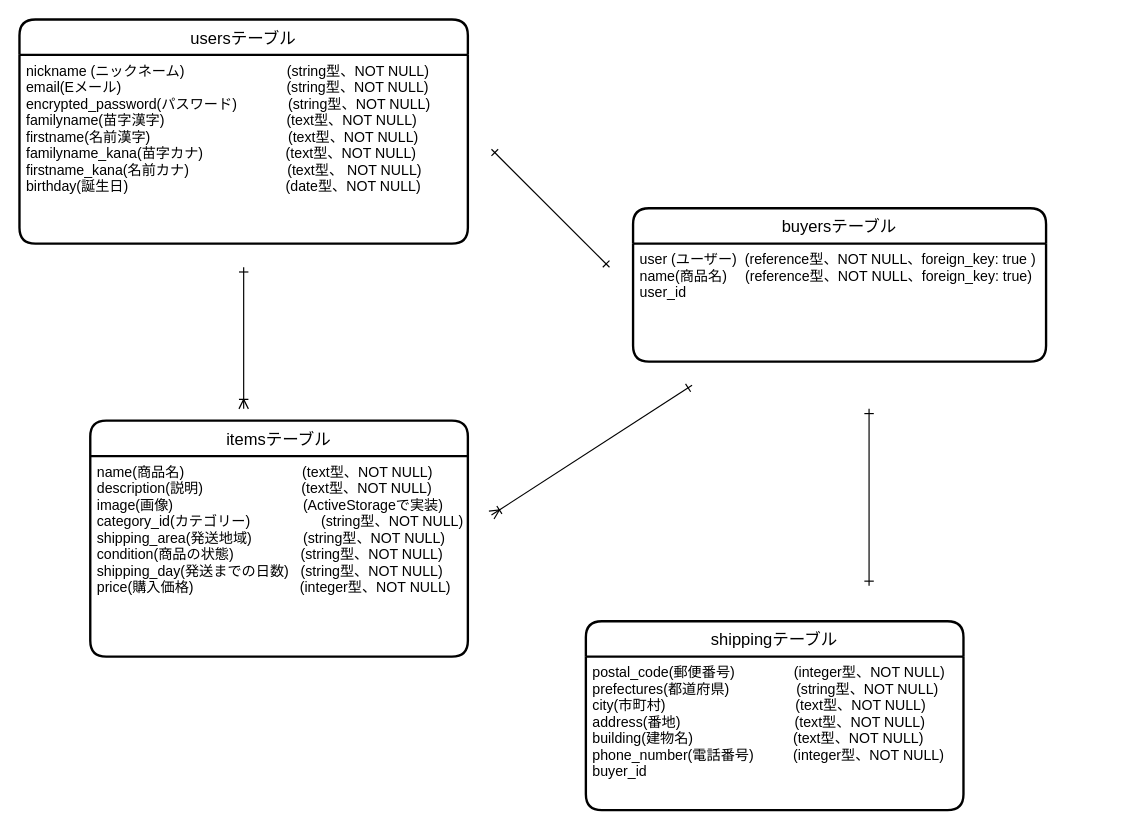
Earlier version of the draw.io diagram furima-34505.dio (shuuuyan/furima-34505). Source tidied: cells renumbered, new cells numbered last; positions are measured from the earlier drawing's top-left corner, leaving out a move shared by most shapes. Both pictures are drawn from the tidied source at 118%, with x=0, y=0 at pixel (19, 19).
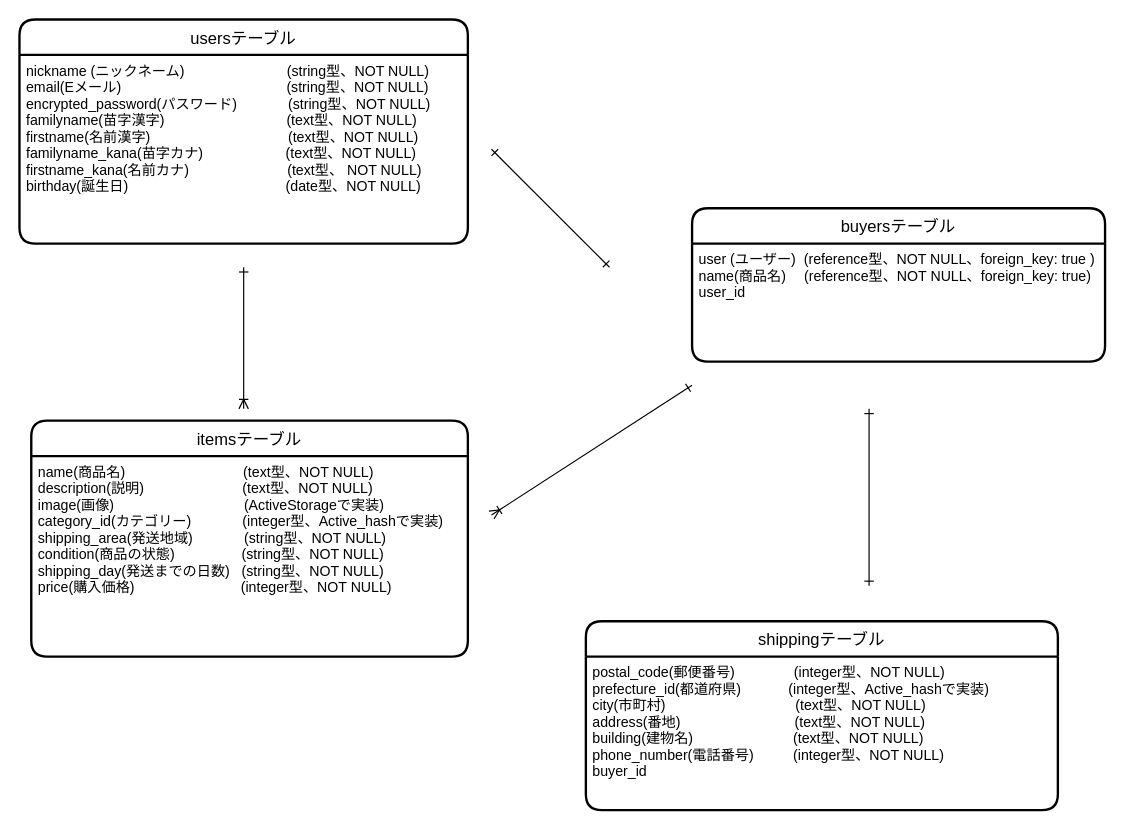
Above is the later version.

Commit message (it also covers changes not shown here):
データベース設計修正後3

Diff of the diagram source:
```diff
@@
 <mxGraphModel>
   <root>
     <mxCell id="0" />
     <mxCell id="1" parent="0" />
     <mxCell id="2" value="usersテーブル" style="swimlane;horizontal=1;startSize=30;rounded=1;fontSize=14;fontStyle=0;strokeWidth=2;shadow=0;dashed=0;align=center;" parent="1" vertex="1">
       <mxGeometry width="380" height="190" as="geometry" />
     </mxCell>
     <mxCell id="3" value="nickname (ニックネーム)                          (string型、NOT NULL)&#10;email(Eメール)                                          (string型、NOT NULL)&#10;encrypted_password(パスワード)             (string型、NOT NULL)&#10;familyname(苗字漢字)                               (text型、NOT NULL)&#10;firstname(名前漢字)                                   (text型、NOT NULL)&#10;familyname_kana(苗字カナ)                     (text型、NOT NULL)&#10;firstname_kana(名前カナ)                         (text型、 NOT NULL)&#10;birthday(誕生日)                                        (date型、NOT NULL)&#10;" style="align=left;strokeColor=none;fillColor=none;spacingLeft=4;fontSize=12;verticalAlign=top;" parent="2" vertex="1">
       <mxGeometry y="30" width="380" height="160" as="geometry" />
     </mxCell>
     <mxCell id="4" value="itemsテーブル" style="swimlane;horizontal=1;startSize=30;rounded=1;fontSize=14;fontStyle=0;strokeWidth=2;shadow=0;dashed=0;align=center;" parent="1" vertex="1">
-      <mxGeometry x="60" y="340" width="320" height="200" as="geometry" />
+      <mxGeometry x="10" y="340" width="370" height="200" as="geometry" />
     </mxCell>
-    <mxCell id="5" value="name(商品名)                              (text型、NOT NULL)&#10;description(説明)                         (text型、NOT NULL)&#10;image(画像)                                 (ActiveStorageで実装) &#10;category_id(カテゴリー)                  (string型、NOT NULL)&#10;shipping_area(発送地域)             (string型、NOT NULL)&#10;condition(商品の状態)                 (string型、NOT NULL)&#10;shipping_day(発送までの日数)   (string型、NOT NULL)&#10;price(購入価格)                           (integer型、NOT NULL)&#10;&#10;" style="align=left;strokeColor=none;fillColor=none;spacingLeft=4;fontSize=12;verticalAlign=top;" parent="4" vertex="1">
-      <mxGeometry y="30" width="320" height="170" as="geometry" />
+    <mxCell id="5" value="name(商品名)                              (text型、NOT NULL)&#10;description(説明)                         (text型、NOT NULL)&#10;image(画像)                                 (ActiveStorageで実装) &#10;category_id(カテゴリー)             (integer型、Active_hashで実装)&#10;shipping_area(発送地域)             (string型、NOT NULL)&#10;condition(商品の状態)                 (string型、NOT NULL)&#10;shipping_day(発送までの日数)   (string型、NOT NULL)&#10;price(購入価格)                           (integer型、NOT NULL)&#10;&#10;" style="align=left;strokeColor=none;fillColor=none;spacingLeft=4;fontSize=12;verticalAlign=top;" parent="4" vertex="1">
+      <mxGeometry y="30" width="370" height="170" as="geometry" />
     </mxCell>
     <mxCell id="6" value="shippingテーブル" style="swimlane;horizontal=1;startSize=30;rounded=1;fontSize=14;fontStyle=0;strokeWidth=2;shadow=0;dashed=0;align=center;" parent="1" vertex="1">
-      <mxGeometry x="480" y="510" width="320" height="160" as="geometry" />
+      <mxGeometry x="480" y="510" width="400" height="160" as="geometry" />
     </mxCell>
-    <mxCell id="7" value="postal_code(郵便番号)               (integer型、NOT NULL)&#10;prefectures(都道府県)                 (string型、NOT NULL)                &#10;city(市町村)                                 (text型、NOT NULL)&#10;address(番地)                             (text型、NOT NULL)&#10;building(建物名)          　　　　 (text型、NOT NULL)&#10;phone_number(電話番号)          (integer型、NOT NULL)&#10;buyer_id&#10;" style="align=left;strokeColor=none;fillColor=none;spacingLeft=4;fontSize=12;verticalAlign=top;" parent="6" vertex="1">
-      <mxGeometry y="30" width="320" height="130" as="geometry" />
+    <mxCell id="7" value="postal_code(郵便番号)               (integer型、NOT NULL)&#10;prefecture_id(都道府県)            (integer型、Active_hashで実装)&#10;city(市町村)                                 (text型、NOT NULL)&#10;address(番地)                             (text型、NOT NULL)&#10;building(建物名)          　　　　 (text型、NOT NULL)&#10;phone_number(電話番号)          (integer型、NOT NULL)&#10;buyer_id&#10;" style="align=left;strokeColor=none;fillColor=none;spacingLeft=4;fontSize=12;verticalAlign=top;" parent="6" vertex="1">
+      <mxGeometry y="30" width="400" height="130" as="geometry" />
     </mxCell>
     <mxCell id="8" style="edgeStyle=none;rounded=0;orthogonalLoop=1;jettySize=auto;html=1;startArrow=ERone;startFill=0;endArrow=ERone;endFill=0;" parent="1" edge="1">
       <mxGeometry relative="1" as="geometry">
         <mxPoint x="720" y="330" as="sourcePoint" />
         <mxPoint x="720" y="480" as="targetPoint" />
       </mxGeometry>
     </mxCell>
     <mxCell id="9" value="buyersテーブル" style="swimlane;horizontal=1;startSize=30;rounded=1;fontSize=14;fontStyle=0;strokeWidth=2;shadow=0;dashed=0;align=center;" parent="1" vertex="1">
-      <mxGeometry x="520" y="160" width="350" height="130" as="geometry" />
+      <mxGeometry x="570" y="160" width="350" height="130" as="geometry" />
     </mxCell>
     <mxCell id="10" value="user (ユーザー)  (reference型、NOT NULL、foreign_key: true )&#10;name(商品名)　 (reference型、NOT NULL、foreign_key: true)&#10;user_id&#10;" style="align=left;strokeColor=none;fillColor=none;spacingLeft=4;fontSize=12;verticalAlign=top;" parent="9" vertex="1">
       <mxGeometry y="30" width="350" height="100" as="geometry" />
     </mxCell>
     <mxCell id="11" style="edgeStyle=orthogonalEdgeStyle;rounded=0;orthogonalLoop=1;jettySize=auto;html=1;endArrow=ERoneToMany;endFill=0;startArrow=ERone;startFill=0;" parent="1" edge="1">
       <mxGeometry relative="1" as="geometry">
         <mxPoint x="190" y="210" as="sourcePoint" />
         <mxPoint x="190" y="330" as="targetPoint" />
       </mxGeometry>
     </mxCell>
     <mxCell id="12" style="edgeStyle=none;rounded=0;orthogonalLoop=1;jettySize=auto;html=1;startArrow=ERoneToMany;startFill=0;endArrow=ERone;endFill=0;" parent="1" edge="1">
       <mxGeometry relative="1" as="geometry">
         <mxPoint x="400" y="420" as="sourcePoint" />
         <mxPoint x="570" y="310" as="targetPoint" />
       </mxGeometry>
     </mxCell>
     <mxCell id="13" style="rounded=0;orthogonalLoop=1;jettySize=auto;html=1;startArrow=ERone;startFill=0;endArrow=ERone;endFill=0;" parent="1" edge="1">
       <mxGeometry relative="1" as="geometry">
         <mxPoint x="500" y="210" as="sourcePoint" />
         <mxPoint x="400" y="110" as="targetPoint" />
       </mxGeometry>
     </mxCell>
   </root>
 </mxGraphModel>
```
